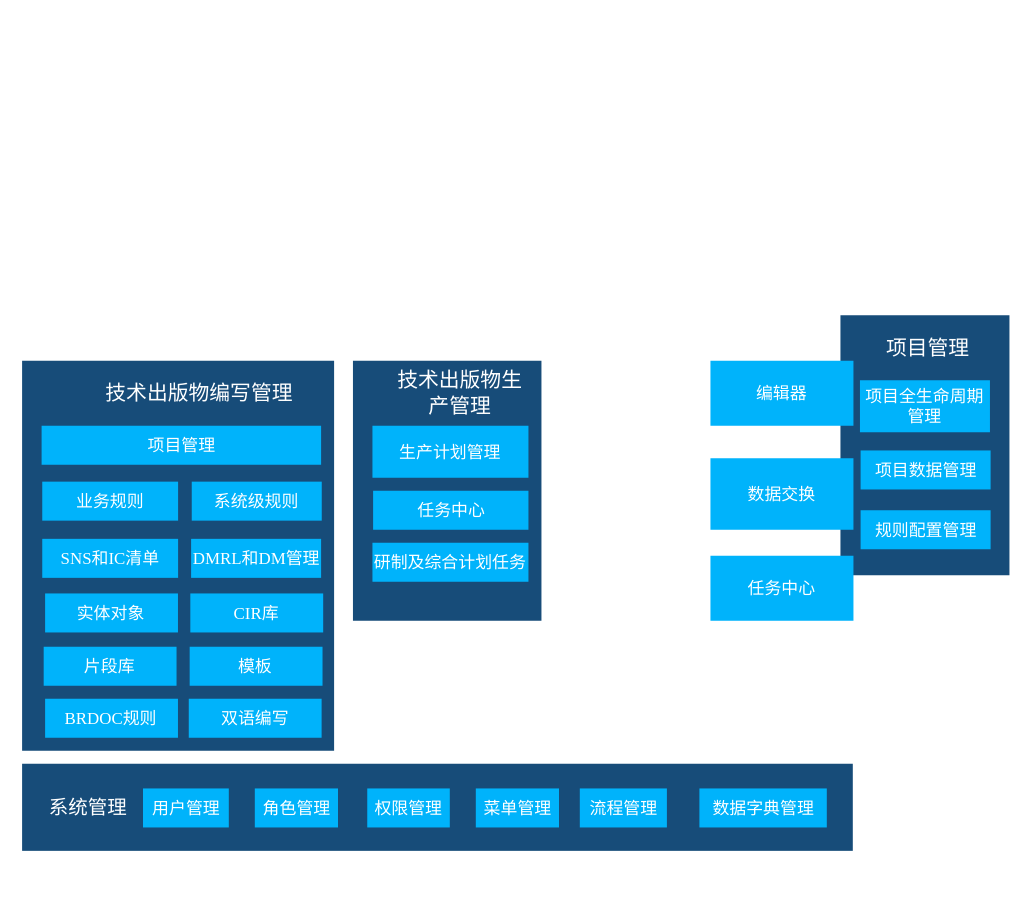
Above: csdb/CSDB 业务架构图.drawio in DemonHan/KuickBuy (draw.io), before the change. Source tidied: cells renumbered, new cells numbered last; positions are measured from the earlier drawing's top-left corner, leaving out a move shared by most shapes. Both pictures are drawn from the tidied source at 130%, with x=0, y=0 at pixel (21, 315).
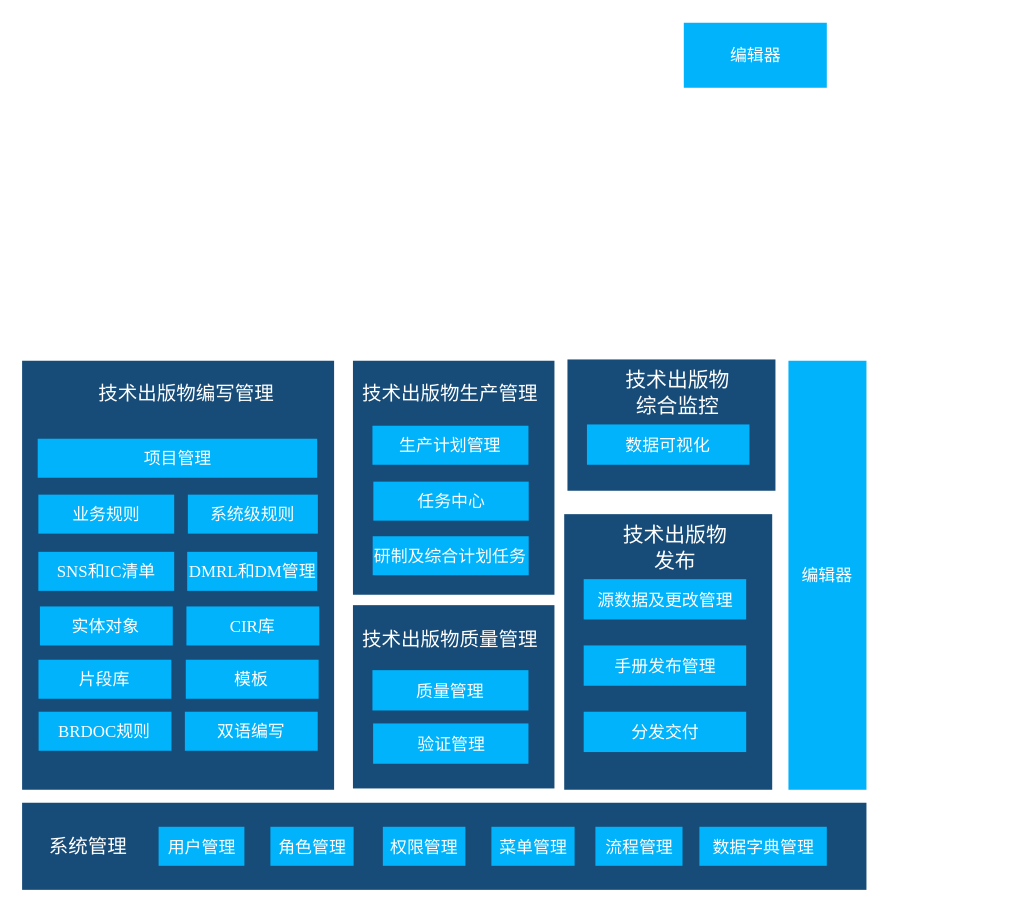
Above is the later version.

Commit message (it also covers changes not shown here):
更新CSDB 业务架构图.drawio

What changed in the source:
```diff
@@
     <mxCell id="2" style="rounded=0;whiteSpace=wrap;html=1;fillColor=light-dark(#174c79, #6894c8);strokeColor=none;fontFamily=Times New Roman;" parent="1" vertex="1">
-      <mxGeometry x="630" width="130" height="200" as="geometry" />
+      <mxGeometry x="420" y="34" width="160" height="101" as="geometry" />
     </mxCell>
-    <mxCell id="3" value="&lt;font style=&quot;color: rgb(255, 255, 255); font-size: 13px;&quot;&gt;项目全生命周期管理&lt;/font&gt;" style="rounded=0;whiteSpace=wrap;html=1;fillColor=light-dark(#00b3fb, #1e4a76);strokeColor=none;fontFamily=Times New Roman;" parent="1" vertex="1">
-      <mxGeometry x="645" y="50" width="100" height="40" as="geometry" />
+    <mxCell id="3" value="&lt;font color=&quot;#ffffff&quot;&gt;&lt;span style=&quot;font-size: 13px;&quot;&gt;数据可视化&lt;/span&gt;&lt;/font&gt;" style="rounded=0;whiteSpace=wrap;html=1;fillColor=light-dark(#00b3fb, #1e4a76);strokeColor=none;fontFamily=Times New Roman;" parent="1" vertex="1">
+      <mxGeometry x="435" y="84" width="125" height="31" as="geometry" />
     </mxCell>
-    <mxCell id="4" value="项目管理" style="text;html=1;align=center;verticalAlign=middle;whiteSpace=wrap;rounded=0;fontColor=light-dark(#ffffff, #ededed);fontSize=16;fontFamily=Times New Roman;" parent="1" vertex="1">
-      <mxGeometry x="660" y="10" width="75" height="30" as="geometry" />
+    <mxCell id="4" value="技术出版物综合监控" style="text;html=1;align=center;verticalAlign=middle;whiteSpace=wrap;rounded=0;fontColor=light-dark(#ffffff, #ededed);fontSize=16;fontFamily=Times New Roman;" parent="1" vertex="1">
+      <mxGeometry x="460" y="45" width="90" height="30" as="geometry" />
     </mxCell>
-    <mxCell id="5" value="&lt;font color=&quot;#ffffff&quot;&gt;&lt;span style=&quot;font-size: 13px;&quot;&gt;项目数据管理&lt;/span&gt;&lt;/font&gt;" style="rounded=0;whiteSpace=wrap;html=1;fillColor=light-dark(#00b3fb, #1e4a76);strokeColor=none;fontFamily=Times New Roman;" parent="1" vertex="1">
-      <mxGeometry x="645.5" y="104" width="100" height="30" as="geometry" />
-    </mxCell>
-    <mxCell id="6" value="&lt;font color=&quot;#ffffff&quot;&gt;&lt;span style=&quot;font-size: 13px;&quot;&gt;规则配置管理&lt;/span&gt;&lt;/font&gt;" style="rounded=0;whiteSpace=wrap;html=1;fillColor=light-dark(#00b3fb, #1e4a76);strokeColor=none;fontFamily=Times New Roman;" parent="1" vertex="1">
-      <mxGeometry x="645.5" y="150" width="100" height="30" as="geometry" />
-    </mxCell>
     <mxCell id="7" style="rounded=0;whiteSpace=wrap;html=1;fillColor=light-dark(#174c79, #6894c8);strokeColor=none;fontFamily=Times New Roman;" parent="1" vertex="1">
-      <mxGeometry x="0.5" y="35" width="240" height="300" as="geometry" />
+      <mxGeometry x="0.5" y="35" width="240" height="330" as="geometry" />
     </mxCell>
     <mxCell id="8" value="&lt;font color=&quot;#ffffff&quot;&gt;&lt;span style=&quot;font-size: 13px;&quot;&gt;项目管理&lt;/span&gt;&lt;/font&gt;" style="rounded=0;whiteSpace=wrap;html=1;fillColor=light-dark(#00b3fb, #1e4a76);strokeColor=none;fontFamily=Times New Roman;" parent="1" vertex="1">
-      <mxGeometry x="15.5" y="85" width="215" height="30" as="geometry" />
+      <mxGeometry x="12.5" y="95" width="215" height="30" as="geometry" />
     </mxCell>
-    <mxCell id="9" value="&lt;p class=&quot;MsoNormal&quot;&gt;&lt;span style=&quot;&quot;&gt;&lt;font&gt;技术出版物编写管理&lt;/font&gt;&lt;/span&gt;&lt;/p&gt;" style="text;html=1;align=center;verticalAlign=middle;whiteSpace=wrap;rounded=0;fontColor=light-dark(#ffffff, #ededed);fontSize=16;fontFamily=Times New Roman;" parent="1" vertex="1">
-      <mxGeometry x="63" y="45" width="147.5" height="30" as="geometry" />
+    <mxCell id="9" value="&lt;p class=&quot;MsoNormal&quot;&gt;&lt;span&gt;&lt;font&gt;技术出版物编写管理&lt;/font&gt;&lt;/span&gt;&lt;/p&gt;" style="text;html=1;align=center;verticalAlign=middle;whiteSpace=wrap;rounded=0;fontColor=light-dark(#ffffff, #ededed);fontSize=15;fontFamily=Times New Roman;" parent="1" vertex="1">
+      <mxGeometry x="52.7" y="45" width="147.5" height="30" as="geometry" />
     </mxCell>
     <mxCell id="10" value="&lt;font color=&quot;#ffffff&quot;&gt;&lt;span style=&quot;font-size: 13px;&quot;&gt;业务规则&lt;/span&gt;&lt;/font&gt;" style="rounded=0;whiteSpace=wrap;html=1;fillColor=light-dark(#00b3fb, #1e4a76);strokeColor=none;fontFamily=Times New Roman;" parent="1" vertex="1">
-      <mxGeometry x="16" y="128" width="104.5" height="30" as="geometry" />
+      <mxGeometry x="13" y="138" width="104.5" height="30" as="geometry" />
     </mxCell>
     <mxCell id="11" value="&lt;font color=&quot;#ffffff&quot;&gt;&lt;span style=&quot;font-size: 13px;&quot;&gt;SNS和IC清单&lt;/span&gt;&lt;/font&gt;" style="rounded=0;whiteSpace=wrap;html=1;fillColor=light-dark(#00b3fb, #1e4a76);strokeColor=none;fontFamily=Times New Roman;" parent="1" vertex="1">
-      <mxGeometry x="16" y="172" width="104.5" height="30" as="geometry" />
+      <mxGeometry x="13" y="182" width="104.5" height="30" as="geometry" />
     </mxCell>
     <mxCell id="12" value="&lt;font color=&quot;#ffffff&quot;&gt;&lt;span style=&quot;font-size: 13px;&quot;&gt;系统级规则&lt;/span&gt;&lt;/font&gt;" style="rounded=0;whiteSpace=wrap;html=1;fillColor=light-dark(#00b3fb, #1e4a76);strokeColor=none;fontFamily=Times New Roman;" parent="1" vertex="1">
-      <mxGeometry x="131" y="128" width="100" height="30" as="geometry" />
+      <mxGeometry x="128" y="138" width="100" height="30" as="geometry" />
     </mxCell>
     <mxCell id="13" value="&lt;font color=&quot;#ffffff&quot;&gt;&lt;span style=&quot;font-size: 13px;&quot;&gt;DMRL和DM管理&lt;/span&gt;&lt;/font&gt;" style="rounded=0;whiteSpace=wrap;html=1;fillColor=light-dark(#00b3fb, #1e4a76);strokeColor=none;fontFamily=Times New Roman;" parent="1" vertex="1">
-      <mxGeometry x="130.5" y="172" width="100" height="30" as="geometry" />
+      <mxGeometry x="127.5" y="182" width="100" height="30" as="geometry" />
     </mxCell>
     <mxCell id="14" style="rounded=0;whiteSpace=wrap;html=1;fillColor=light-dark(#174c79, #6894c8);strokeColor=none;fontFamily=Times New Roman;" parent="1" vertex="1">
-      <mxGeometry x="255" y="35" width="145" height="200" as="geometry" />
+      <mxGeometry x="255" y="35" width="155" height="180" as="geometry" />
     </mxCell>
     <mxCell id="15" value="&lt;font color=&quot;#ffffff&quot;&gt;&lt;span style=&quot;font-size: 13px;&quot;&gt;生产计划管理&lt;/span&gt;&lt;/font&gt;" style="rounded=0;whiteSpace=wrap;html=1;fillColor=light-dark(#00b3fb, #1e4a76);strokeColor=none;fontFamily=Times New Roman;" parent="1" vertex="1">
-      <mxGeometry x="270" y="85" width="120" height="40" as="geometry" />
+      <mxGeometry x="270" y="85" width="120" height="30" as="geometry" />
     </mxCell>
-    <mxCell id="16" value="技术出版物生产管理" style="text;html=1;align=center;verticalAlign=middle;whiteSpace=wrap;rounded=0;fontColor=light-dark(#ffffff, #ededed);fontSize=16;fontFamily=Times New Roman;" parent="1" vertex="1">
-      <mxGeometry x="285" y="45" width="105" height="30" as="geometry" />
+    <mxCell id="16" value="技术出版物生产管理" style="text;html=1;align=center;verticalAlign=middle;whiteSpace=wrap;rounded=0;fontColor=light-dark(#ffffff, #ededed);fontSize=15;fontFamily=Times New Roman;" parent="1" vertex="1">
+      <mxGeometry x="260" y="45" width="140" height="30" as="geometry" />
     </mxCell>
     <mxCell id="17" value="&lt;font color=&quot;#ffffff&quot;&gt;&lt;span style=&quot;font-size: 13px;&quot;&gt;任务中心&lt;/span&gt;&lt;/font&gt;" style="rounded=0;whiteSpace=wrap;html=1;fillColor=light-dark(#00b3fb, #1e4a76);strokeColor=none;fontFamily=Times New Roman;" parent="1" vertex="1">
-      <mxGeometry x="270.5" y="135" width="119.5" height="30" as="geometry" />
+      <mxGeometry x="270.7" y="128" width="119.5" height="30" as="geometry" />
     </mxCell>
     <mxCell id="18" value="&lt;font color=&quot;#ffffff&quot;&gt;&lt;span style=&quot;font-size: 13px;&quot;&gt;研制及综合计划任务&lt;/span&gt;&lt;/font&gt;" style="rounded=0;whiteSpace=wrap;html=1;fillColor=light-dark(#00b3fb, #1e4a76);strokeColor=none;fontFamily=Times New Roman;" parent="1" vertex="1">
-      <mxGeometry x="270" y="175" width="120" height="30" as="geometry" />
+      <mxGeometry x="270.2" y="170" width="120" height="30" as="geometry" />
     </mxCell>
     <mxCell id="19" style="rounded=0;whiteSpace=wrap;html=1;fillColor=light-dark(#174c79, #6894c8);strokeColor=none;fontFamily=Times New Roman;" parent="1" vertex="1">
-      <mxGeometry x="0.5" y="345" width="639" height="67" as="geometry" />
+      <mxGeometry x="0.5" y="375" width="649.5" height="67" as="geometry" />
     </mxCell>
     <mxCell id="20" value="系统管理" style="text;html=1;align=center;verticalAlign=middle;whiteSpace=wrap;rounded=0;fontColor=light-dark(#ffffff, #ededed);fontSize=15;fontFamily=Times New Roman;" parent="1" vertex="1">
-      <mxGeometry x="13.5" y="363" width="75" height="30" as="geometry" />
+      <mxGeometry x="13.5" y="393" width="75" height="30" as="geometry" />
     </mxCell>
     <mxCell id="21" value="&lt;font color=&quot;#ffffff&quot;&gt;&lt;span style=&quot;font-size: 13px;&quot;&gt;用户管理&lt;/span&gt;&lt;/font&gt;" style="rounded=0;whiteSpace=wrap;html=1;fillColor=light-dark(#00b3fb, #1e4a76);strokeColor=none;fontFamily=Times New Roman;" parent="1" vertex="1">
-      <mxGeometry x="93.5" y="364" width="66" height="30" as="geometry" />
+      <mxGeometry x="105.5" y="393.5" width="66" height="30" as="geometry" />
     </mxCell>
     <mxCell id="22" value="&lt;font color=&quot;#ffffff&quot;&gt;&lt;span style=&quot;font-size: 13px;&quot;&gt;角色管理&lt;/span&gt;&lt;/font&gt;" style="rounded=0;whiteSpace=wrap;html=1;fillColor=light-dark(#00b3fb, #1e4a76);strokeColor=none;fontFamily=Times New Roman;" parent="1" vertex="1">
-      <mxGeometry x="179.5" y="364" width="64" height="30" as="geometry" />
+      <mxGeometry x="191.5" y="393.5" width="64" height="30" as="geometry" />
     </mxCell>
     <mxCell id="23" value="&lt;font color=&quot;#ffffff&quot;&gt;&lt;span style=&quot;font-size: 13px;&quot;&gt;权限管理&lt;/span&gt;&lt;/font&gt;" style="rounded=0;whiteSpace=wrap;html=1;fillColor=light-dark(#00b3fb, #1e4a76);strokeColor=none;fontFamily=Times New Roman;" parent="1" vertex="1">
-      <mxGeometry x="266" y="364" width="63.5" height="30" as="geometry" />
+      <mxGeometry x="278" y="393.5" width="63.5" height="30" as="geometry" />
     </mxCell>
     <mxCell id="24" value="&lt;font color=&quot;#ffffff&quot;&gt;&lt;span style=&quot;font-size: 13px;&quot;&gt;菜单管理&lt;/span&gt;&lt;/font&gt;" style="rounded=0;whiteSpace=wrap;html=1;fillColor=light-dark(#00b3fb, #1e4a76);strokeColor=none;fontFamily=Times New Roman;" parent="1" vertex="1">
-      <mxGeometry x="349.5" y="364" width="64" height="30" as="geometry" />
+      <mxGeometry x="361.5" y="393.5" width="64" height="30" as="geometry" />
     </mxCell>
     <mxCell id="25" value="&lt;font color=&quot;#ffffff&quot;&gt;&lt;span style=&quot;font-size: 13px;&quot;&gt;流程管理&lt;/span&gt;&lt;/font&gt;" style="rounded=0;whiteSpace=wrap;html=1;fillColor=light-dark(#00b3fb, #1e4a76);strokeColor=none;fontFamily=Times New Roman;" parent="1" vertex="1">
-      <mxGeometry x="429.5" y="364" width="67" height="30" as="geometry" />
+      <mxGeometry x="441.5" y="393.5" width="67" height="30" as="geometry" />
     </mxCell>
     <mxCell id="26" value="&lt;font color=&quot;#ffffff&quot;&gt;&lt;span style=&quot;font-size: 13px;&quot;&gt;数据字典管理&lt;/span&gt;&lt;/font&gt;" style="rounded=0;whiteSpace=wrap;html=1;fillColor=light-dark(#00b3fb, #1e4a76);strokeColor=none;fontFamily=Times New Roman;" parent="1" vertex="1">
-      <mxGeometry x="521.5" y="364" width="98" height="30" as="geometry" />
+      <mxGeometry x="521.5" y="393.5" width="98" height="30" as="geometry" />
     </mxCell>
     <mxCell id="27" value="&lt;font color=&quot;#ffffff&quot;&gt;&lt;span style=&quot;font-size: 13px;&quot;&gt;编辑器&lt;/span&gt;&lt;/font&gt;" style="rounded=0;whiteSpace=wrap;html=1;fillColor=light-dark(#00b3fb, #1e4a76);strokeColor=none;fontFamily=Times New Roman;" parent="1" vertex="1">
-      <mxGeometry x="530" y="35" width="110" height="50" as="geometry" />
+      <mxGeometry x="509.5" y="-225" width="110" height="50" as="geometry" />
     </mxCell>
-    <mxCell id="28" value="&lt;font color=&quot;#ffffff&quot;&gt;&lt;span style=&quot;font-size: 13px;&quot;&gt;数据交换&lt;/span&gt;&lt;/font&gt;" style="rounded=0;whiteSpace=wrap;html=1;fillColor=light-dark(#00b3fb, #1e4a76);strokeColor=none;fontFamily=Times New Roman;" parent="1" vertex="1">
-      <mxGeometry x="530" y="110" width="110" height="55" as="geometry" />
-    </mxCell>
-    <mxCell id="29" value="&lt;font color=&quot;#ffffff&quot;&gt;&lt;span style=&quot;font-size: 13px;&quot;&gt;任务中心&lt;/span&gt;&lt;/font&gt;" style="rounded=0;whiteSpace=wrap;html=1;fillColor=light-dark(#00b3fb, #1e4a76);strokeColor=none;fontFamily=Times New Roman;" parent="1" vertex="1">
-      <mxGeometry x="530" y="185" width="110" height="50" as="geometry" />
-    </mxCell>
     <mxCell id="30" value="&lt;font color=&quot;#ffffff&quot;&gt;&lt;span style=&quot;font-size: 13px;&quot;&gt;实体对象&lt;/span&gt;&lt;/font&gt;" style="rounded=0;whiteSpace=wrap;html=1;fillColor=light-dark(#00b3fb, #1e4a76);strokeColor=none;fontFamily=Times New Roman;" parent="1" vertex="1">
-      <mxGeometry x="18.2" y="214" width="102.2" height="30" as="geometry" />
+      <mxGeometry x="14.2" y="224" width="102.2" height="30" as="geometry" />
     </mxCell>
     <mxCell id="31" value="&lt;font color=&quot;#ffffff&quot;&gt;&lt;span style=&quot;font-size: 13px;&quot;&gt;CIR库&lt;/span&gt;&lt;/font&gt;" style="rounded=0;whiteSpace=wrap;html=1;fillColor=light-dark(#00b3fb, #1e4a76);strokeColor=none;fontFamily=Times New Roman;" parent="1" vertex="1">
-      <mxGeometry x="129.9" y="214" width="102.2" height="30" as="geometry" />
+      <mxGeometry x="126.9" y="224" width="102.2" height="30" as="geometry" />
     </mxCell>
     <mxCell id="32" value="&lt;font color=&quot;#ffffff&quot;&gt;&lt;span style=&quot;font-size: 13px;&quot;&gt;片段库&lt;/span&gt;&lt;/font&gt;" style="rounded=0;whiteSpace=wrap;html=1;fillColor=light-dark(#00b3fb, #1e4a76);strokeColor=none;fontFamily=Times New Roman;" parent="1" vertex="1">
-      <mxGeometry x="17.1" y="255" width="102.2" height="30" as="geometry" />
+      <mxGeometry x="13.1" y="265" width="102.2" height="30" as="geometry" />
     </mxCell>
     <mxCell id="33" value="&lt;font color=&quot;#ffffff&quot;&gt;&lt;span style=&quot;font-size: 13px;&quot;&gt;模板&lt;/span&gt;&lt;/font&gt;" style="rounded=0;whiteSpace=wrap;html=1;fillColor=light-dark(#00b3fb, #1e4a76);strokeColor=none;fontFamily=Times New Roman;" parent="1" vertex="1">
-      <mxGeometry x="129.4" y="255" width="102.2" height="30" as="geometry" />
+      <mxGeometry x="126.4" y="265" width="102.2" height="30" as="geometry" />
     </mxCell>
     <mxCell id="34" value="&lt;font color=&quot;#ffffff&quot;&gt;&lt;span style=&quot;font-size: 13px;&quot;&gt;BRDOC规则&lt;/span&gt;&lt;/font&gt;" style="rounded=0;whiteSpace=wrap;html=1;fillColor=light-dark(#00b3fb, #1e4a76);strokeColor=none;fontFamily=Times New Roman;" parent="1" vertex="1">
-      <mxGeometry x="18.2" y="295" width="102.2" height="30" as="geometry" />
+      <mxGeometry x="13.2" y="305" width="102.2" height="30" as="geometry" />
     </mxCell>
     <mxCell id="35" value="&lt;font color=&quot;#ffffff&quot;&gt;&lt;span style=&quot;font-size: 13px;&quot;&gt;双语编写&lt;/span&gt;&lt;/font&gt;" style="rounded=0;whiteSpace=wrap;html=1;fillColor=light-dark(#00b3fb, #1e4a76);strokeColor=none;fontFamily=Times New Roman;" parent="1" vertex="1">
-      <mxGeometry x="128.7" y="295" width="102.2" height="30" as="geometry" />
+      <mxGeometry x="125.7" y="305" width="102.2" height="30" as="geometry" />
     </mxCell>
+    <mxCell id="36" style="rounded=0;whiteSpace=wrap;html=1;fillColor=light-dark(#174c79, #6894c8);strokeColor=none;fontFamily=Times New Roman;" parent="1" vertex="1">
+      <mxGeometry x="255" y="223" width="155" height="141" as="geometry" />
+    </mxCell>
+    <mxCell id="37" value="&lt;font color=&quot;#ffffff&quot;&gt;&lt;span style=&quot;font-size: 13px;&quot;&gt;质量管理&lt;/span&gt;&lt;/font&gt;" style="rounded=0;whiteSpace=wrap;html=1;fillColor=light-dark(#00b3fb, #1e4a76);strokeColor=none;fontFamily=Times New Roman;" parent="1" vertex="1">
+      <mxGeometry x="270" y="273" width="120" height="31" as="geometry" />
+    </mxCell>
+    <mxCell id="38" value="技术出版物质量管理" style="text;html=1;align=center;verticalAlign=middle;whiteSpace=wrap;rounded=0;fontColor=light-dark(#ffffff, #ededed);fontSize=15;fontFamily=Times New Roman;" parent="1" vertex="1">
+      <mxGeometry x="260" y="234" width="140" height="30" as="geometry" />
+    </mxCell>
+    <mxCell id="39" value="&lt;font color=&quot;#ffffff&quot;&gt;&lt;span style=&quot;font-size: 13px;&quot;&gt;验证管理&lt;/span&gt;&lt;/font&gt;" style="rounded=0;whiteSpace=wrap;html=1;fillColor=light-dark(#00b3fb, #1e4a76);strokeColor=none;fontFamily=Times New Roman;" parent="1" vertex="1">
+      <mxGeometry x="270.5" y="314" width="119.5" height="31" as="geometry" />
+    </mxCell>
+    <mxCell id="40" style="rounded=0;whiteSpace=wrap;html=1;fillColor=light-dark(#174c79, #6894c8);strokeColor=none;fontFamily=Times New Roman;" parent="1" vertex="1">
+      <mxGeometry x="417.5" y="153" width="160" height="212" as="geometry" />
+    </mxCell>
+    <mxCell id="41" value="&lt;font color=&quot;#ffffff&quot;&gt;&lt;span style=&quot;font-size: 13px;&quot;&gt;源数据及更改管理&lt;/span&gt;&lt;/font&gt;" style="rounded=0;whiteSpace=wrap;html=1;fillColor=light-dark(#00b3fb, #1e4a76);strokeColor=none;fontFamily=Times New Roman;" parent="1" vertex="1">
+      <mxGeometry x="432.5" y="203" width="125" height="31" as="geometry" />
+    </mxCell>
+    <mxCell id="42" value="技术出版物发布" style="text;html=1;align=center;verticalAlign=middle;whiteSpace=wrap;rounded=0;fontColor=light-dark(#ffffff, #ededed);fontSize=16;fontFamily=Times New Roman;" parent="1" vertex="1">
+      <mxGeometry x="457.5" y="164" width="90" height="30" as="geometry" />
+    </mxCell>
+    <mxCell id="43" value="&lt;font color=&quot;#ffffff&quot;&gt;&lt;span style=&quot;font-size: 13px;&quot;&gt;手册发布管理&lt;/span&gt;&lt;/font&gt;" style="rounded=0;whiteSpace=wrap;html=1;fillColor=light-dark(#00b3fb, #1e4a76);strokeColor=none;fontFamily=Times New Roman;" parent="1" vertex="1">
+      <mxGeometry x="432.5" y="254" width="125" height="31" as="geometry" />
+    </mxCell>
+    <mxCell id="44" value="&lt;font color=&quot;#ffffff&quot;&gt;&lt;span style=&quot;font-size: 13px;&quot;&gt;分发交付&lt;/span&gt;&lt;/font&gt;" style="rounded=0;whiteSpace=wrap;html=1;fillColor=light-dark(#00b3fb, #1e4a76);strokeColor=none;fontFamily=Times New Roman;" parent="1" vertex="1">
+      <mxGeometry x="432.5" y="305" width="125" height="31" as="geometry" />
+    </mxCell>
+    <mxCell id="45" value="&lt;font color=&quot;#ffffff&quot;&gt;&lt;span style=&quot;font-size: 13px;&quot;&gt;编辑器&lt;/span&gt;&lt;/font&gt;" style="rounded=0;whiteSpace=wrap;html=1;fillColor=light-dark(#00b3fb, #1e4a76);strokeColor=none;fontFamily=Times New Roman;" parent="1" vertex="1">
+      <mxGeometry x="590" y="35" width="60" height="330" as="geometry" />
+    </mxCell>
```
